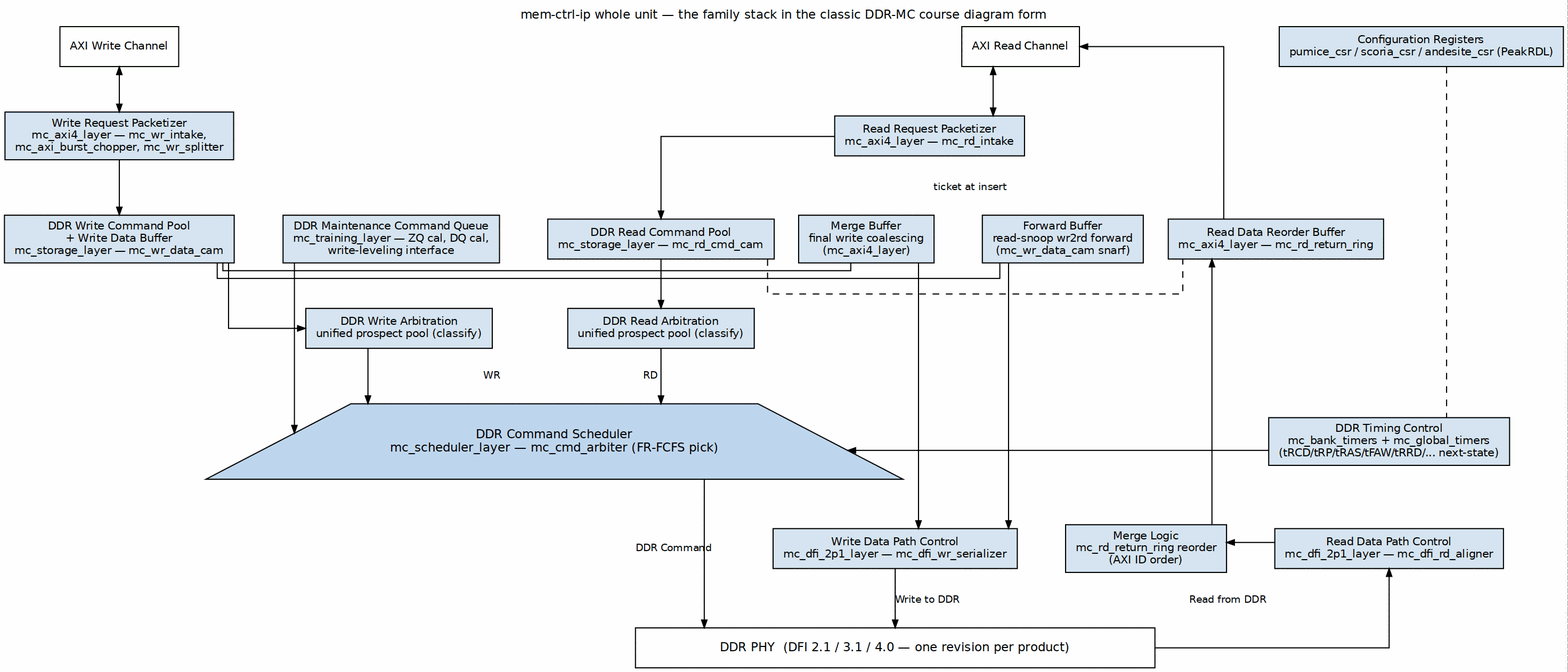
Above: projects/components/mem-ctrl-ip/common-ip/docs/common_has/assets/graphviz/01_whole_unit.png in sean-galloway/RTLDesignSherpa (Graphviz), before the change. Its source is kept beside it as projects/components/mem-ctrl-ip/common-ip/docs/common_has/assets/graphviz/01_whole_unit.dot.
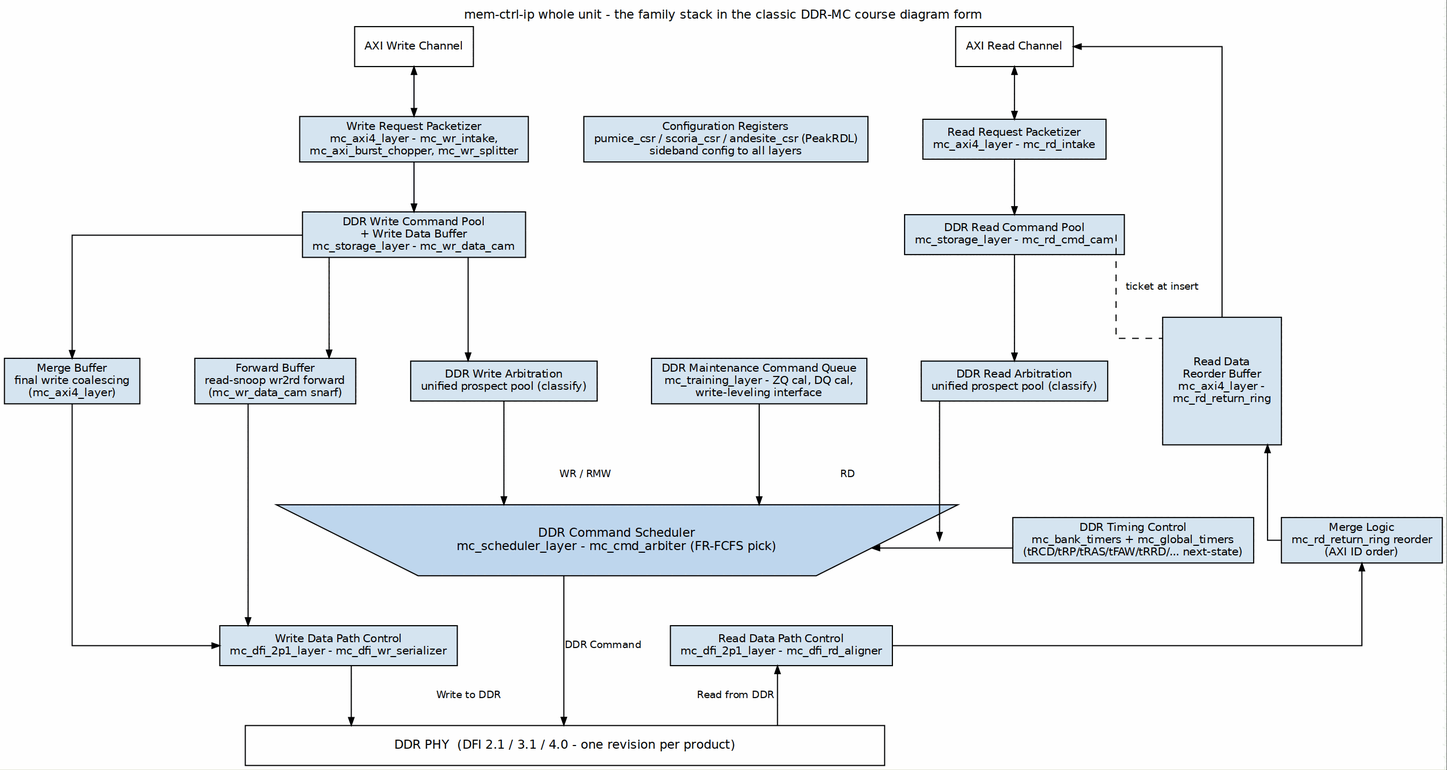
Later version of the same file.

The edit, as a diff of the source:
```diff
@@ -1,84 +1,81 @@
 digraph whole_unit {
     graph [rankdir=TB, bgcolor="white", fontname="Helvetica", fontsize=11,
-           nodesep="0.30", ranksep="0.55", splines=ortho,
-           label="mem-ctrl-ip whole unit — the family stack in the classic DDR-MC course diagram form",
+           nodesep="0.35", ranksep="0.60", splines=ortho,
+           label="mem-ctrl-ip whole unit - the family stack in the classic DDR-MC course diagram form",
            labelloc=t, labeljust=c];
     node  [fontname="Helvetica", fontsize=10, shape=box, style=filled,
-           fillcolor="#D6E4F0", color="black", margin="0.12,0.07"];
+           fillcolor="#D6E4F0", color="black", margin="0.12,0.06"];
     edge  [fontname="Helvetica", fontsize=9, color="black", arrowsize=0.7];
 
     axi_wr [label="AXI Write Channel", fillcolor="white"];
     axi_rd [label="AXI Read Channel",  fillcolor="white"];
-    phy    [label="DDR PHY  (DFI 2.1 / 3.1 / 4.0 — one revision per product)", fillcolor="white",
-            rank=sink, width=6.5, fontsize=11];
+    phy    [label="DDR PHY  (DFI 2.1 / 3.1 / 4.0 - one revision per product)",
+            fillcolor="white", rank=sink, width=8.0, fontsize=11];
 
-    wr_pkt [label="Write Request Packetizer\nmc_axi4_layer — mc_wr_intake,\nmc_axi_burst_chopper, mc_wr_splitter"];
-    rd_pkt [label="Read Request Packetizer\nmc_axi4_layer — mc_rd_intake"];
+    wr_pkt [label="Write Request Packetizer\nmc_axi4_layer - mc_wr_intake,\nmc_axi_burst_chopper, mc_wr_splitter"];
+    rd_pkt [label="Read Request Packetizer\nmc_axi4_layer - mc_rd_intake"];
+    cfg    [label="Configuration Registers\npumice_csr / scoria_csr / andesite_csr (PeakRDL)\nsideband config to all layers"];
 
-    wr_pool [label="DDR Write Command Pool\n+ Write Data Buffer\nmc_storage_layer — mc_wr_data_cam"];
-    rd_pool [label="DDR Read Command Pool\nmc_storage_layer — mc_rd_cmd_cam"];
+    wr_pool [label="DDR Write Command Pool\n+ Write Data Buffer\nmc_storage_layer - mc_wr_data_cam"];
+    rd_pool [label="DDR Read Command Pool\nmc_storage_layer - mc_rd_cmd_cam"];
     merge_b [label="Merge Buffer\nfinal write coalescing\n(mc_axi4_layer)"];
     fwd_b   [label="Forward Buffer\nread-snoop wr2rd forward\n(mc_wr_data_cam snarf)"];
 
-    maint [label="DDR Maintenance Command Queue\nmc_training_layer — ZQ cal, DQ cal,\nwrite-leveling interface"];
+    maint [label="DDR Maintenance Command Queue\nmc_training_layer - ZQ cal, DQ cal,\nwrite-leveling interface"];
 
     wr_arb [label="DDR Write Arbitration\nunified prospect pool (classify)"];
     rd_arb [label="DDR Read Arbitration\nunified prospect pool (classify)"];
-    sched  [label="DDR Command Scheduler\nmc_scheduler_layer — mc_cmd_arbiter (FR-FCFS pick)",
-            shape=trapezium, width=3.2, fillcolor="#BFD7EE", fontsize=11];
+    sched  [label="DDR Command Scheduler\nmc_scheduler_layer - mc_cmd_arbiter (FR-FCFS pick)",
+            shape=invtrapezium, width=5.2, fillcolor="#BFD7EE", fontsize=11];
     tctl   [label="DDR Timing Control\nmc_bank_timers + mc_global_timers\n(tRCD/tRP/tRAS/tFAW/tRRD/... next-state)"];
 
-    wr_dp [label="Write Data Path Control\nmc_dfi_2p1_layer — mc_dfi_wr_serializer"];
-    rd_dp [label="Read Data Path Control\nmc_dfi_2p1_layer — mc_dfi_rd_aligner"];
     mlog  [label="Merge Logic\nmc_rd_return_ring reorder\n(AXI ID order)"];
+    wr_dp [label="Write Data Path Control\nmc_dfi_2p1_layer - mc_dfi_wr_serializer"];
+    rd_dp [label="Read Data Path Control\nmc_dfi_2p1_layer - mc_dfi_rd_aligner"];
 
-    rbuf  [label="Read Data Reorder Buffer\nmc_axi4_layer — mc_rd_return_ring"];
+    rbuf [label="Read Data\nReorder Buffer\nmc_axi4_layer -\nmc_rd_return_ring",
+          height=1.6];
 
-    cfg [label="Configuration Registers\npumice_csr / scoria_csr / andesite_csr (PeakRDL)"];
-    cfg -> tctl [style=dashed, arrowhead=none];
-
-    axi_wr -> wr_pkt [dir=both, arrowhead=normal];
-    axi_rd -> rd_pkt [dir=both, arrowhead=normal];
+    axi_wr -> wr_pkt [dir=both];
+    axi_rd -> rd_pkt [dir=both];
 
     wr_pkt -> wr_pool;
     wr_pool -> wr_arb;
-    wr_pool -> merge_b [arrowhead=none];
-    wr_pool -> fwd_b   [arrowhead=none];
-    wr_arb -> sched [label="WR"];
-    wr_arb -> sched [label="RMW", style=invis];   // keeps WR/RMW/RD sibling edges
+    wr_pool -> merge_b;
+    wr_pool -> fwd_b;
     merge_b -> wr_dp;
     fwd_b   -> wr_dp;
+    wr_arb -> sched [label="WR / RMW"];
     wr_dp -> phy [label="Write to DDR"];
 
     rd_pkt -> rd_pool;
     rd_pool -> rd_arb;
     rd_arb -> sched [label="RD"];
-    rd_pool -> rbuf [style=dashed, arrowhead=none, label="ticket at insert"];
+    rd_pool -> rbuf [style=dashed, arrowhead=none, label="ticket at insert", tailport=e];
     rd_dp -> phy [dir=back, label="Read from DDR"];
-    rd_dp -> mlog;
-    mlog -> rbuf;
-    rbuf -> axi_rd;
+    mlog -> rd_dp [dir=back];
+    rbuf -> mlog [dir=back];
+    rbuf -> axi_rd [constraint=false];
 
     maint -> sched;
-    tctl -> sched [constraint=false];
+    tctl -> sched;
 
     sched -> phy [label="DDR Command"];
 
-    { rank=same; axi_wr; cfg; axi_rd; }
-    { rank=same; wr_pkt; rd_pkt; }
-    { rank=same; merge_b; fwd_b; wr_pool; maint; rd_pool; rbuf; }
-    merge_b -> fwd_b   [style=invis];
-    fwd_b   -> wr_pool [style=invis];
-    wr_pool -> maint   [style=invis];
-    maint   -> rd_pool [style=invis];
-    rd_pool -> rbuf    [style=invis];
-    { rank=same; wr_arb; rd_arb; }
-    wr_arb -> rd_arb [style=invis];
+    { rank=same; axi_wr; axi_rd; }
+    { rank=same; wr_pkt; cfg; rd_pkt; }
+    wr_pkt -> cfg    [style=invis];
+    cfg    -> rd_pkt [style=invis];
+    { rank=same; wr_pool; rd_pool; }
+    wr_pool -> rd_pool [style=invis];
+    { rank=same; merge_b; fwd_b; wr_arb; maint; rd_arb; rbuf; }
+    merge_b -> fwd_b  [style=invis];
+    fwd_b   -> wr_arb [style=invis];
+    wr_arb  -> maint  [style=invis];
+    maint   -> rd_arb [style=invis];
+    rd_arb  -> rbuf   [style=invis];
     { rank=same; sched; tctl; }
     sched -> tctl [style=invis];
-    sched -> wr_dp [style=invis];
-    sched -> rd_dp [style=invis];
-    { rank=same; wr_dp; mlog; rd_dp; }
-    wr_dp -> mlog [style=invis];
-    mlog -> rd_dp [style=invis];
+    { rank=same; wr_dp; rd_dp; }
+    wr_dp -> rd_dp [style=invis];
 }
```
